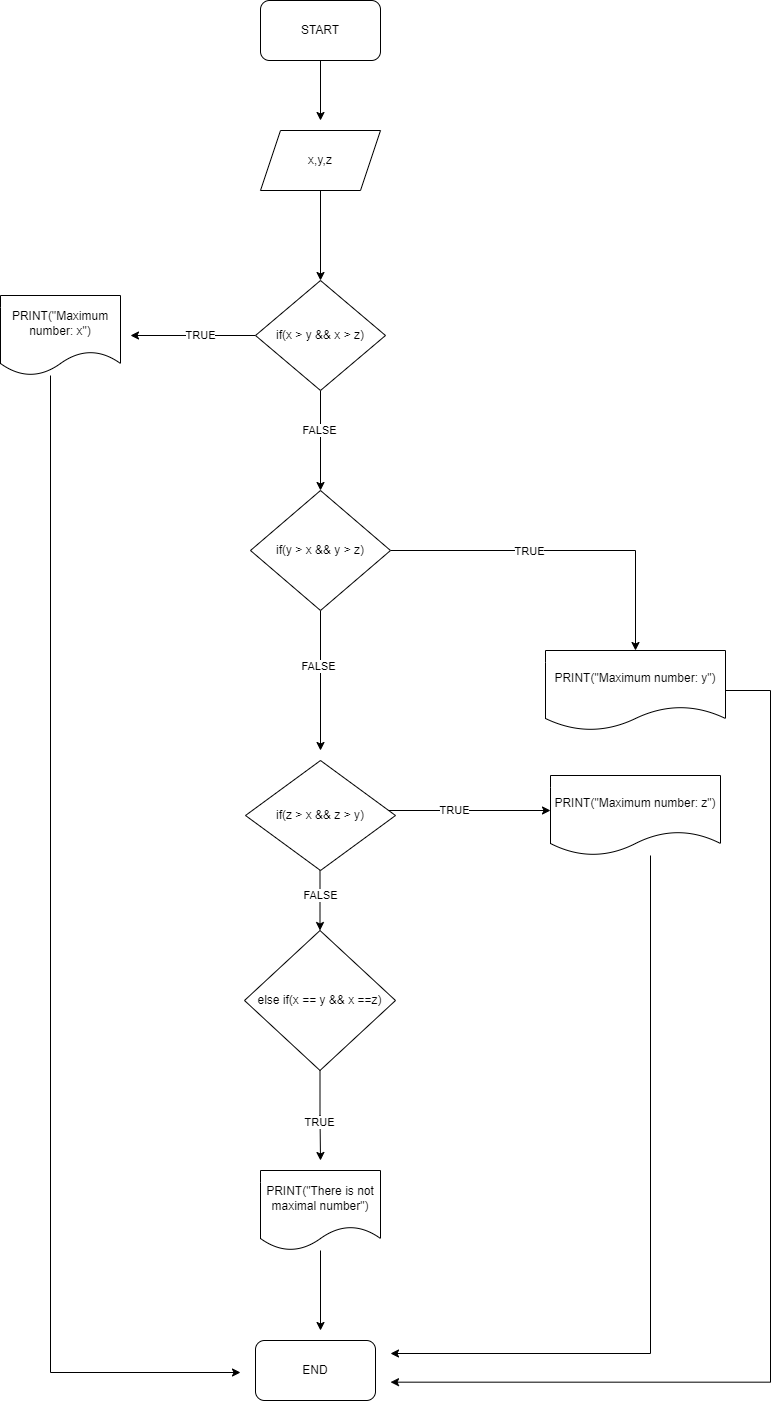
Earlier version of the draw.io export Three number.png (AliQafarov100/Exam-and-number). Source tidied: cells renumbered, new cells last; positions are measured from the earlier drawing's top-left corner, leaving out a move shared by most shapes.
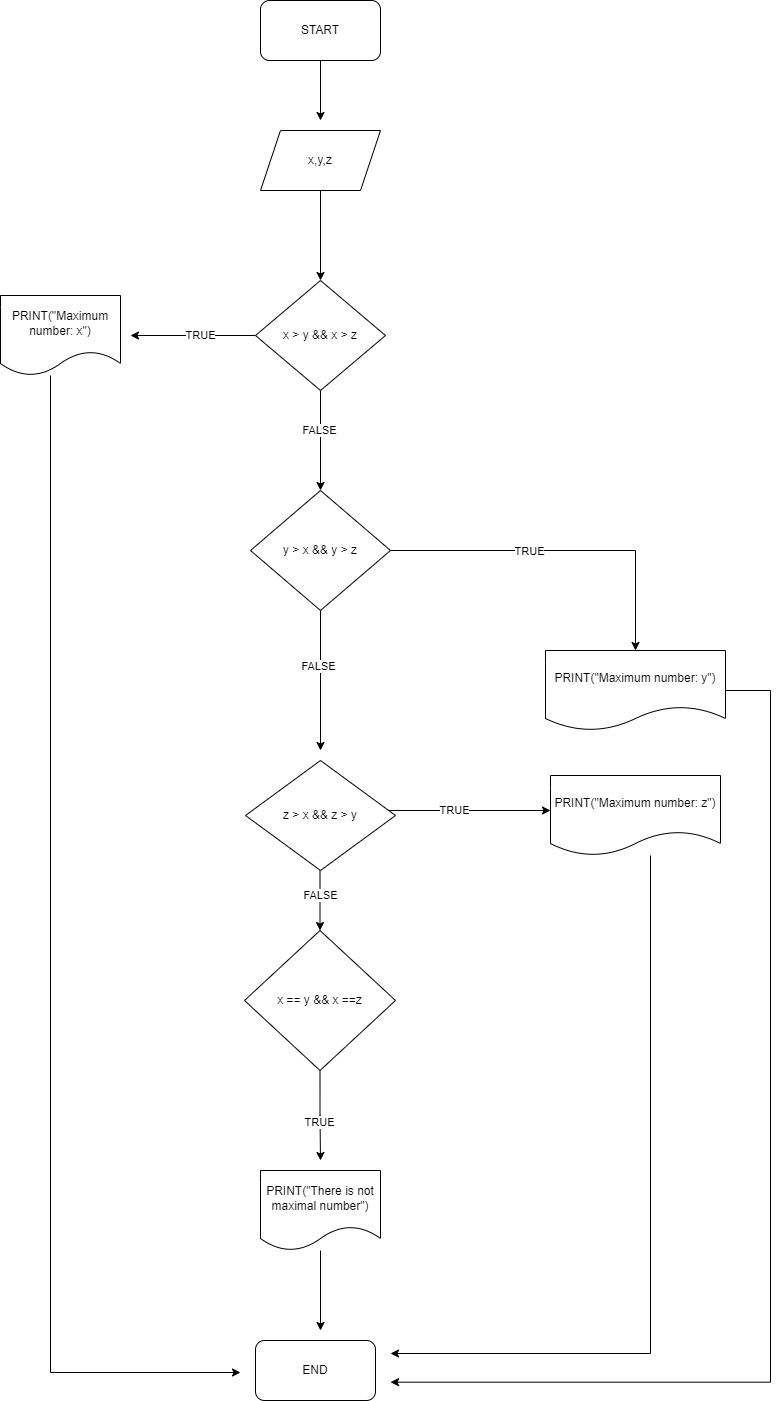
After the commit.

What changed in the source:
```diff
@@ -2,131 +2,131 @@
   <root>
     <mxCell id="0" />
     <mxCell id="1" parent="0" />
-    <mxCell id="2" style="edgeStyle=orthogonalEdgeStyle;rounded=0;jettySize=auto;html=1;" parent="1" edge="1" source="3">
-      <mxGeometry relative="1" as="geometry">
-        <mxPoint x="320" y="120" as="targetPoint" />
-      </mxGeometry>
-    </mxCell>
+    <mxCell id="33" style="edgeStyle=orthogonalEdgeStyle;rounded=0;jettySize=auto;html=1;" parent="1" edge="1" source="3">
+      <mxGeometry relative="1" as="geometry">
+        <mxPoint x="320" y="120" as="targetPoint" />
+      </mxGeometry>
+    </mxCell>
     <mxCell id="3" value="START" style="rounded=1;whiteSpace=wrap;html=1;" parent="1" vertex="1">
       <mxGeometry x="260" width="120" height="60" as="geometry" />
     </mxCell>
-    <mxCell id="4" style="edgeStyle=orthogonalEdgeStyle;rounded=0;jettySize=auto;html=1;entryX=0.5;entryY=0;entryDx=0;entryDy=0;" parent="1" edge="1" source="5" target="10">
-      <mxGeometry relative="1" as="geometry" />
-    </mxCell>
+    <mxCell id="34" style="edgeStyle=orthogonalEdgeStyle;rounded=0;jettySize=auto;html=1;entryX=0.5;entryY=0;entryDx=0;entryDy=0;" parent="1" edge="1" source="5" target="39">
+      <mxGeometry relative="1" as="geometry" />
+    </mxCell>
     <mxCell id="5" value="x,y,z" style="shape=parallelogram;perimeter=parallelogramPerimeter;whiteSpace=wrap;html=1;fixedSize=1;" parent="1" vertex="1">
       <mxGeometry x="260" y="130" width="120" height="60" as="geometry" />
     </mxCell>
-    <mxCell id="6" style="edgeStyle=orthogonalEdgeStyle;rounded=0;jettySize=auto;html=1;" parent="1" edge="1" source="10">
-      <mxGeometry relative="1" as="geometry">
-        <mxPoint x="130" y="335" as="targetPoint" />
-      </mxGeometry>
-    </mxCell>
-    <mxCell id="7" value="TRUE" style="edgeLabel;html=1;align=center;verticalAlign=middle;" parent="6" vertex="1">
-      <mxGeometry x="-0.12" relative="1" as="geometry" />
-    </mxCell>
-    <mxCell id="8" style="edgeStyle=orthogonalEdgeStyle;rounded=0;jettySize=auto;html=1;entryX=0.5;entryY=0;entryDx=0;entryDy=0;" parent="1" edge="1" source="10" target="17">
-      <mxGeometry relative="1" as="geometry" />
-    </mxCell>
-    <mxCell id="9" value="FALSE" style="edgeLabel;html=1;align=center;verticalAlign=middle;" parent="8" vertex="1">
-      <mxGeometry x="-0.2" y="-1" relative="1" as="geometry" />
-    </mxCell>
-    <mxCell id="10" value="if(x &amp;gt; y &amp;amp;&amp;amp; x &amp;gt; z)" style="rhombus;whiteSpace=wrap;html=1;" parent="1" vertex="1">
-      <mxGeometry x="255" y="280" width="130" height="110" as="geometry" />
-    </mxCell>
-    <mxCell id="11" style="edgeStyle=orthogonalEdgeStyle;rounded=0;jettySize=auto;html=1;" parent="1" edge="1" source="12">
-      <mxGeometry relative="1" as="geometry">
-        <mxPoint x="240" y="1372" as="targetPoint" />
-        <Array as="points">
-          <mxPoint x="50" y="1372" />
-        </Array>
-      </mxGeometry>
-    </mxCell>
+    <mxCell id="35" style="edgeStyle=orthogonalEdgeStyle;rounded=0;jettySize=auto;html=1;" parent="1" edge="1" source="39">
+      <mxGeometry relative="1" as="geometry">
+        <mxPoint x="130" y="335" as="targetPoint" />
+      </mxGeometry>
+    </mxCell>
+    <mxCell id="36" value="TRUE" style="edgeLabel;html=1;align=center;verticalAlign=middle;" parent="35" vertex="1">
+      <mxGeometry x="-0.12" relative="1" as="geometry" />
+    </mxCell>
+    <mxCell id="37" style="edgeStyle=orthogonalEdgeStyle;rounded=0;jettySize=auto;html=1;entryX=0.5;entryY=0;entryDx=0;entryDy=0;" parent="1" edge="1" source="39" target="45">
+      <mxGeometry relative="1" as="geometry" />
+    </mxCell>
+    <mxCell id="38" value="FALSE" style="edgeLabel;html=1;align=center;verticalAlign=middle;" parent="37" vertex="1">
+      <mxGeometry x="-0.2" y="-1" relative="1" as="geometry" />
+    </mxCell>
+    <mxCell id="39" value="x &amp;gt; y &amp;amp;&amp;amp; x &amp;gt; z" style="rhombus;whiteSpace=wrap;html=1;" parent="1" vertex="1">
+      <mxGeometry x="255" y="280" width="130" height="110" as="geometry" />
+    </mxCell>
+    <mxCell id="40" style="edgeStyle=orthogonalEdgeStyle;rounded=0;jettySize=auto;html=1;" parent="1" edge="1" source="12">
+      <mxGeometry relative="1" as="geometry">
+        <mxPoint x="240" y="1372" as="targetPoint" />
+        <Array as="points">
+          <mxPoint x="50" y="1372" />
+        </Array>
+      </mxGeometry>
+    </mxCell>
     <mxCell id="12" value="PRINT(&quot;Maximum number: x&quot;)" style="shape=document;whiteSpace=wrap;html=1;boundedLbl=1;" parent="1" vertex="1">
       <mxGeometry y="295" width="120" height="80" as="geometry" />
     </mxCell>
-    <mxCell id="13" style="edgeStyle=orthogonalEdgeStyle;rounded=0;jettySize=auto;html=1;entryX=0.5;entryY=0;entryDx=0;entryDy=0;" parent="1" edge="1" source="17" target="19">
-      <mxGeometry relative="1" as="geometry">
-        <Array as="points">
-          <mxPoint x="635" y="550" />
-        </Array>
-      </mxGeometry>
-    </mxCell>
-    <mxCell id="14" value="TRUE" style="edgeLabel;html=1;align=center;verticalAlign=middle;" parent="13" vertex="1">
-      <mxGeometry x="-0.2" y="-1" relative="1" as="geometry" />
-    </mxCell>
-    <mxCell id="15" style="edgeStyle=orthogonalEdgeStyle;rounded=0;jettySize=auto;html=1;" parent="1" edge="1" source="17">
-      <mxGeometry relative="1" as="geometry">
-        <mxPoint x="320" y="750" as="targetPoint" />
-      </mxGeometry>
-    </mxCell>
-    <mxCell id="16" value="FALSE" style="edgeLabel;html=1;align=center;verticalAlign=middle;" parent="15" vertex="1">
-      <mxGeometry x="-0.2" y="-2" relative="1" as="geometry" />
-    </mxCell>
-    <mxCell id="17" value="if(y &amp;gt; x &amp;amp;&amp;amp; y &amp;gt; z)" style="rhombus;whiteSpace=wrap;html=1;" parent="1" vertex="1">
-      <mxGeometry x="250" y="490" width="140" height="120" as="geometry" />
-    </mxCell>
-    <mxCell id="18" style="edgeStyle=orthogonalEdgeStyle;rounded=0;jettySize=auto;html=1;" parent="1" edge="1" source="19">
-      <mxGeometry relative="1" as="geometry">
-        <mxPoint x="390" y="1381.7" as="targetPoint" />
-        <Array as="points">
-          <mxPoint x="770" y="690" />
-        </Array>
-      </mxGeometry>
-    </mxCell>
+    <mxCell id="41" style="edgeStyle=orthogonalEdgeStyle;rounded=0;jettySize=auto;html=1;entryX=0.5;entryY=0;entryDx=0;entryDy=0;" parent="1" edge="1" source="45" target="19">
+      <mxGeometry relative="1" as="geometry">
+        <Array as="points">
+          <mxPoint x="635" y="550" />
+        </Array>
+      </mxGeometry>
+    </mxCell>
+    <mxCell id="42" value="TRUE" style="edgeLabel;html=1;align=center;verticalAlign=middle;" parent="41" vertex="1">
+      <mxGeometry x="-0.2" y="-1" relative="1" as="geometry" />
+    </mxCell>
+    <mxCell id="43" style="edgeStyle=orthogonalEdgeStyle;rounded=0;jettySize=auto;html=1;" parent="1" edge="1" source="45">
+      <mxGeometry relative="1" as="geometry">
+        <mxPoint x="320" y="750" as="targetPoint" />
+      </mxGeometry>
+    </mxCell>
+    <mxCell id="44" value="FALSE" style="edgeLabel;html=1;align=center;verticalAlign=middle;" parent="43" vertex="1">
+      <mxGeometry x="-0.2" y="-2" relative="1" as="geometry" />
+    </mxCell>
+    <mxCell id="45" value="y &amp;gt; x &amp;amp;&amp;amp; y &amp;gt; z" style="rhombus;whiteSpace=wrap;html=1;" parent="1" vertex="1">
+      <mxGeometry x="250" y="490" width="140" height="120" as="geometry" />
+    </mxCell>
+    <mxCell id="46" style="edgeStyle=orthogonalEdgeStyle;rounded=0;jettySize=auto;html=1;" parent="1" edge="1" source="19">
+      <mxGeometry relative="1" as="geometry">
+        <mxPoint x="390" y="1381.7" as="targetPoint" />
+        <Array as="points">
+          <mxPoint x="770" y="690" />
+        </Array>
+      </mxGeometry>
+    </mxCell>
     <mxCell id="19" value="PRINT(&quot;Maximum number: y&quot;)" style="shape=document;whiteSpace=wrap;html=1;boundedLbl=1;" parent="1" vertex="1">
       <mxGeometry x="545" y="650" width="180" height="80" as="geometry" />
     </mxCell>
-    <mxCell id="20" style="edgeStyle=orthogonalEdgeStyle;rounded=0;jettySize=auto;html=1;" parent="1" edge="1" source="24">
-      <mxGeometry relative="1" as="geometry">
-        <mxPoint x="550" y="810" as="targetPoint" />
-        <Array as="points">
-          <mxPoint x="320" y="820" />
-        </Array>
-      </mxGeometry>
-    </mxCell>
-    <mxCell id="21" value="TRUE" style="edgeLabel;html=1;align=center;verticalAlign=middle;" parent="20" vertex="1">
-      <mxGeometry x="-0.19" relative="1" as="geometry" />
-    </mxCell>
-    <mxCell id="22" style="edgeStyle=orthogonalEdgeStyle;rounded=0;jettySize=auto;html=1;entryX=0.5;entryY=0;entryDx=0;entryDy=0;" parent="1" edge="1" source="24" target="29">
-      <mxGeometry relative="1" as="geometry">
-        <Array as="points">
-          <mxPoint x="320" y="890" />
-        </Array>
-      </mxGeometry>
-    </mxCell>
-    <mxCell id="23" value="FALSE" style="edgeLabel;html=1;align=center;verticalAlign=middle;" parent="22" vertex="1">
-      <mxGeometry x="-0.18" relative="1" as="geometry" />
-    </mxCell>
-    <mxCell id="24" value="if(z &amp;gt; x &amp;amp;&amp;amp; z &amp;gt; y)" style="rhombus;whiteSpace=wrap;html=1;" parent="1" vertex="1">
-      <mxGeometry x="245" y="760" width="150" height="110" as="geometry" />
-    </mxCell>
-    <mxCell id="25" style="edgeStyle=orthogonalEdgeStyle;rounded=0;jettySize=auto;html=1;" parent="1" edge="1" source="26">
-      <mxGeometry relative="1" as="geometry">
-        <mxPoint x="390" y="1353" as="targetPoint" />
-        <Array as="points">
-          <mxPoint x="650" y="1353" />
-        </Array>
-      </mxGeometry>
-    </mxCell>
+    <mxCell id="47" style="edgeStyle=orthogonalEdgeStyle;rounded=0;jettySize=auto;html=1;" parent="1" edge="1" source="51">
+      <mxGeometry relative="1" as="geometry">
+        <mxPoint x="550" y="810" as="targetPoint" />
+        <Array as="points">
+          <mxPoint x="320" y="820" />
+        </Array>
+      </mxGeometry>
+    </mxCell>
+    <mxCell id="48" value="TRUE" style="edgeLabel;html=1;align=center;verticalAlign=middle;" parent="47" vertex="1">
+      <mxGeometry x="-0.19" relative="1" as="geometry" />
+    </mxCell>
+    <mxCell id="49" style="edgeStyle=orthogonalEdgeStyle;rounded=0;jettySize=auto;html=1;entryX=0.5;entryY=0;entryDx=0;entryDy=0;" parent="1" edge="1" source="51" target="55">
+      <mxGeometry relative="1" as="geometry">
+        <Array as="points">
+          <mxPoint x="320" y="890" />
+        </Array>
+      </mxGeometry>
+    </mxCell>
+    <mxCell id="50" value="FALSE" style="edgeLabel;html=1;align=center;verticalAlign=middle;" parent="49" vertex="1">
+      <mxGeometry x="-0.18" relative="1" as="geometry" />
+    </mxCell>
+    <mxCell id="51" value="z &amp;gt; x &amp;amp;&amp;amp; z &amp;gt; y" style="rhombus;whiteSpace=wrap;html=1;" parent="1" vertex="1">
+      <mxGeometry x="245" y="760" width="150" height="110" as="geometry" />
+    </mxCell>
+    <mxCell id="52" style="edgeStyle=orthogonalEdgeStyle;rounded=0;jettySize=auto;html=1;" parent="1" edge="1" source="26">
+      <mxGeometry relative="1" as="geometry">
+        <mxPoint x="390" y="1353" as="targetPoint" />
+        <Array as="points">
+          <mxPoint x="650" y="1353" />
+        </Array>
+      </mxGeometry>
+    </mxCell>
     <mxCell id="26" value="PRINT(&quot;Maximum number: z&quot;)" style="shape=document;whiteSpace=wrap;html=1;boundedLbl=1;" parent="1" vertex="1">
       <mxGeometry x="550" y="775" width="170" height="80" as="geometry" />
     </mxCell>
-    <mxCell id="27" style="edgeStyle=orthogonalEdgeStyle;rounded=0;jettySize=auto;html=1;" parent="1" edge="1" source="29">
-      <mxGeometry relative="1" as="geometry">
-        <mxPoint x="320" y="1160" as="targetPoint" />
-      </mxGeometry>
-    </mxCell>
-    <mxCell id="28" value="TRUE" style="edgeLabel;html=1;align=center;verticalAlign=middle;" parent="27" vertex="1">
-      <mxGeometry x="0.14" y="-1" relative="1" as="geometry" />
-    </mxCell>
-    <mxCell id="29" value="else if(x == y &amp;amp;&amp;amp; x ==z)" style="rhombus;whiteSpace=wrap;html=1;" parent="1" vertex="1">
-      <mxGeometry x="244" y="930" width="151" height="140" as="geometry" />
-    </mxCell>
-    <mxCell id="30" style="edgeStyle=orthogonalEdgeStyle;rounded=0;jettySize=auto;html=1;" parent="1" edge="1" source="31">
-      <mxGeometry relative="1" as="geometry">
-        <mxPoint x="320" y="1330" as="targetPoint" />
-      </mxGeometry>
-    </mxCell>
+    <mxCell id="53" style="edgeStyle=orthogonalEdgeStyle;rounded=0;jettySize=auto;html=1;" parent="1" edge="1" source="55">
+      <mxGeometry relative="1" as="geometry">
+        <mxPoint x="320" y="1160" as="targetPoint" />
+      </mxGeometry>
+    </mxCell>
+    <mxCell id="54" value="TRUE" style="edgeLabel;html=1;align=center;verticalAlign=middle;" parent="53" vertex="1">
+      <mxGeometry x="0.14" y="-1" relative="1" as="geometry" />
+    </mxCell>
+    <mxCell id="55" value="x == y &amp;amp;&amp;amp; x ==z" style="rhombus;whiteSpace=wrap;html=1;" parent="1" vertex="1">
+      <mxGeometry x="244" y="930" width="151" height="140" as="geometry" />
+    </mxCell>
+    <mxCell id="56" style="edgeStyle=orthogonalEdgeStyle;rounded=0;jettySize=auto;html=1;" parent="1" edge="1" source="31">
+      <mxGeometry relative="1" as="geometry">
+        <mxPoint x="320" y="1330" as="targetPoint" />
+      </mxGeometry>
+    </mxCell>
     <mxCell id="31" value="PRINT(&quot;There is not maximal number&quot;)" style="shape=document;whiteSpace=wrap;html=1;boundedLbl=1;" parent="1" vertex="1">
       <mxGeometry x="260" y="1170" width="120" height="80" as="geometry" />
     </mxCell>
```
